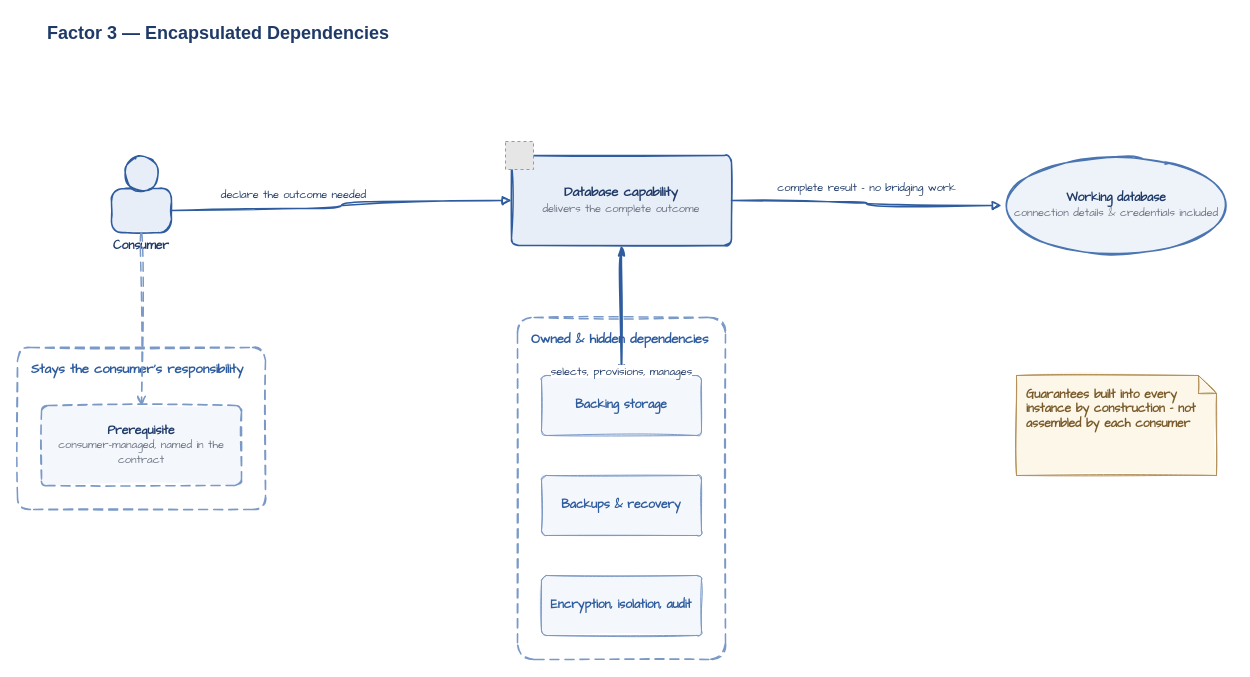
This is diagrams/factor-3-encapsulated-dependencies.drawio from missBerg/platform-capabilities, a draw.io file, before an edit. Source tidied: cells renumbered, new cells numbered last; positions are measured from the earlier drawing's top-left corner, leaving out a move shared by most shapes. Both pictures are drawn from the tidied source at 100%, with x=0, y=0 at pixel (17, 17). Pictures stored in the file or linked from it are replaced by grey dashed boxes.
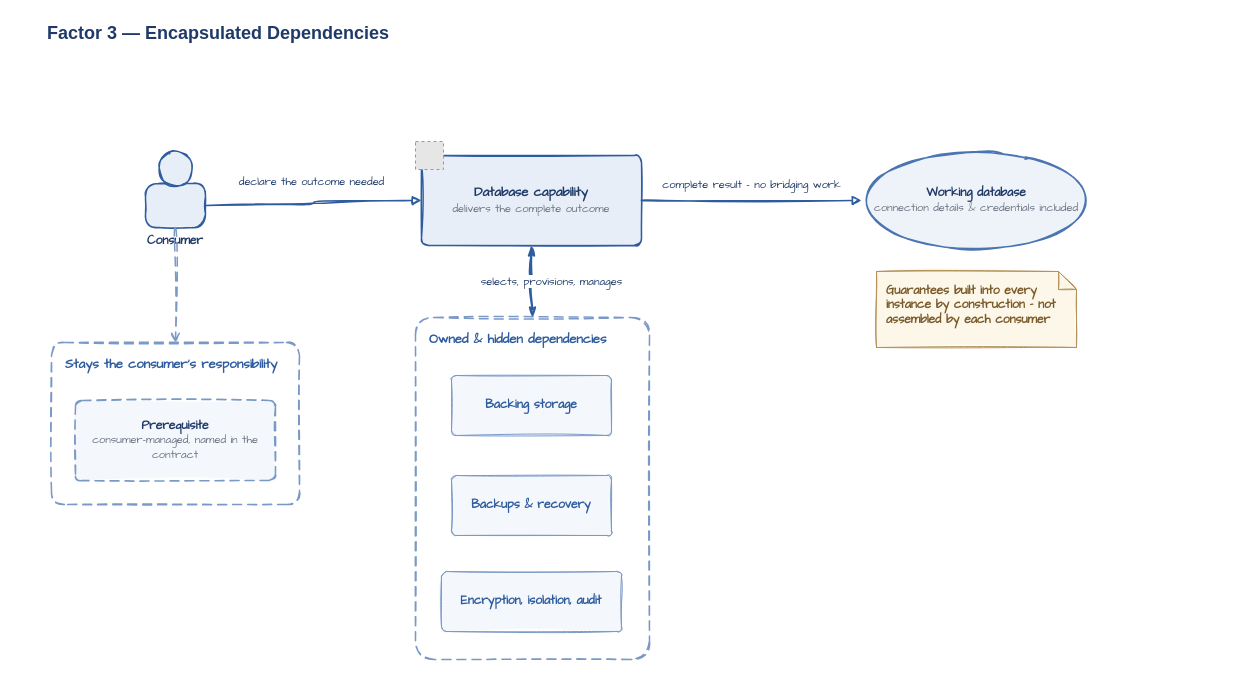
Above is the later version.

Diff of the diagram source:
```diff
@@
     <mxCell id="3" value="&lt;b&gt;Stays the consumer&amp;#x27;s responsibility&lt;/b&gt;" style="rounded=1;whiteSpace=wrap;html=1;arcSize=8;fillColor=none;strokeColor=#7A99C7;strokeWidth=1.5;fontColor=#2E5C9E;fontFamily=Comic Sans MS;fontSize=13;align=left;verticalAlign=top;dashed=1;dashPattern=6 4;spacingLeft=12;spacingTop=8;shadow=0;sketch=1;" parent="1" vertex="1">
-      <mxGeometry y="330" width="248" height="162" as="geometry" />
+      <mxGeometry x="34" y="325" width="248" height="162" as="geometry" />
     </mxCell>
     <mxCell id="4" value="&lt;b&gt;Owned &amp;amp; hidden dependencies&lt;/b&gt;" style="rounded=1;whiteSpace=wrap;html=1;arcSize=8;fillColor=none;strokeColor=#7A99C7;strokeWidth=1.5;fontColor=#2E5C9E;fontFamily=Comic Sans MS;fontSize=13;align=left;verticalAlign=top;dashed=1;dashPattern=6 4;spacingLeft=12;spacingTop=8;shadow=0;sketch=1;" parent="1" vertex="1">
-      <mxGeometry x="500" y="300" width="208" height="342" as="geometry" />
+      <mxGeometry x="398" y="300" width="234" height="342" as="geometry" />
     </mxCell>
     <mxCell id="5" value="&lt;b&gt;Consumer&lt;/b&gt;" style="rounded=1;whiteSpace=wrap;html=1;arcSize=30;fillColor=#E8EEF7;strokeColor=#2E5C9E;strokeWidth=1.5;fontColor=#1F3A68;fontFamily=Comic Sans MS;fontSize=12;verticalLabelPosition=bottom;verticalAlign=top;labelPosition=center;align=center;shadow=0;sketch=1;fillStyle=solid;" parent="1" vertex="1">
-      <mxGeometry x="94" y="171" width="60" height="44" as="geometry" />
+      <mxGeometry x="128" y="166" width="60" height="44" as="geometry" />
     </mxCell>
     <mxCell id="6" style="ellipse;whiteSpace=wrap;html=1;fillColor=#E8EEF7;strokeColor=#2E5C9E;strokeWidth=1.5;shadow=0;sketch=1;fillStyle=solid;" parent="1" vertex="1">
-      <mxGeometry x="106" y="138" width="36" height="36" as="geometry" />
+      <mxGeometry x="140" y="133" width="36" height="36" as="geometry" />
     </mxCell>
     <mxCell id="7" value="&lt;b&gt;Prerequisite&lt;/b&gt;&lt;br&gt;&lt;font style=&quot;font-size: 11px&quot; color=&quot;#6B7280&quot;&gt;consumer-managed, named in the contract&lt;/font&gt;" style="rounded=1;whiteSpace=wrap;html=1;arcSize=8;fillColor=#F4F7FC;strokeColor=#7A99C7;strokeWidth=1.5;dashed=1;dashPattern=6 4;fontColor=#1F3A68;fontFamily=Comic Sans MS;fontSize=12;align=center;verticalAlign=middle;shadow=0;sketch=1;fillStyle=solid;" parent="1" vertex="1">
-      <mxGeometry x="24" y="388" width="200" height="80" as="geometry" />
+      <mxGeometry x="58" y="383" width="200" height="80" as="geometry" />
     </mxCell>
     <mxCell id="8" value="&lt;b&gt;Database capability&lt;/b&gt;&lt;br&gt;&lt;font style=&quot;font-size: 11px&quot; color=&quot;#6B7280&quot;&gt;delivers the complete outcome&lt;/font&gt;" style="rounded=1;whiteSpace=wrap;html=1;arcSize=8;fillColor=#E8EEF7;strokeColor=#2E5C9E;strokeWidth=1.5;fontColor=#1F3A68;fontFamily=Comic Sans MS;fontSize=13;align=center;verticalAlign=middle;shadow=0;sketch=1;fillStyle=solid;" parent="1" vertex="1">
-      <mxGeometry x="494" y="138" width="220" height="90" as="geometry" />
+      <mxGeometry x="404" y="138" width="220" height="90" as="geometry" />
     </mxCell>
     <mxCell id="9" style="fillColor=#E6E6E6;strokeColor=#999999;dashed=1;verticalLabelPosition=bottom;verticalAlign=top;align=center;fontFamily=Comic Sans MS;fontSize=12;fontColor=#1F3A68;" parent="1" vertex="1">
-      <mxGeometry x="488" y="124" width="28" height="28" as="geometry" />
+      <mxGeometry x="398" y="124" width="28" height="28" as="geometry" />
     </mxCell>
     <mxCell id="10" value="&lt;b&gt;Backing storage&lt;/b&gt;" style="rounded=1;whiteSpace=wrap;html=1;arcSize=8;fillColor=#F4F7FC;strokeColor=#7A99C7;strokeWidth=1;fontColor=#2E5C9E;fontFamily=Comic Sans MS;fontSize=12;align=center;verticalAlign=middle;shadow=0;sketch=1;fillStyle=solid;" parent="1" vertex="1">
-      <mxGeometry x="524" y="358" width="160" height="60" as="geometry" />
+      <mxGeometry x="434" y="358" width="160" height="60" as="geometry" />
     </mxCell>
     <mxCell id="11" value="&lt;b&gt;Backups &amp;amp; recovery&lt;/b&gt;" style="rounded=1;whiteSpace=wrap;html=1;arcSize=8;fillColor=#F4F7FC;strokeColor=#7A99C7;strokeWidth=1;fontColor=#2E5C9E;fontFamily=Comic Sans MS;fontSize=12;align=center;verticalAlign=middle;shadow=0;sketch=1;fillStyle=solid;" parent="1" vertex="1">
-      <mxGeometry x="524" y="458" width="160" height="60" as="geometry" />
+      <mxGeometry x="434" y="458" width="160" height="60" as="geometry" />
     </mxCell>
     <mxCell id="12" value="&lt;b&gt;Encryption, isolation, audit&lt;/b&gt;" style="rounded=1;whiteSpace=wrap;html=1;arcSize=8;fillColor=#F4F7FC;strokeColor=#7A99C7;strokeWidth=1;fontColor=#2E5C9E;fontFamily=Comic Sans MS;fontSize=12;align=center;verticalAlign=middle;shadow=0;sketch=1;fillStyle=solid;" parent="1" vertex="1">
-      <mxGeometry x="524" y="558" width="160" height="60" as="geometry" />
+      <mxGeometry x="424" y="554" width="180" height="60" as="geometry" />
     </mxCell>
     <mxCell id="13" value="&lt;b&gt;Working database&lt;/b&gt;&lt;br&gt;&lt;font style=&quot;font-size: 11px&quot; color=&quot;#6B7280&quot;&gt;connection details &amp;amp; credentials included&lt;/font&gt;" style="ellipse;whiteSpace=wrap;html=1;fillColor=#EEF3F9;strokeColor=#4A75B1;strokeWidth=1.5;fontColor=#1F3A68;fontFamily=Comic Sans MS;fontSize=12;align=center;verticalAlign=middle;shadow=0;sketch=1;fillStyle=solid;" parent="1" vertex="1">
-      <mxGeometry x="984" y="138" width="230" height="100" as="geometry" />
+      <mxGeometry x="844" y="133" width="230" height="100" as="geometry" />
     </mxCell>
     <mxCell id="14" value="&lt;b&gt;Guarantees built into every instance by construction - not assembled by each consumer&lt;/b&gt;" style="shape=note;whiteSpace=wrap;html=1;backgroundOutline=1;fillColor=#FCF7E8;strokeColor=#B5915A;strokeWidth=1;fontColor=#7A5A2A;fontFamily=Comic Sans MS;fontSize=12;align=left;verticalAlign=top;spacingLeft=8;spacingTop=6;spacingRight=8;shadow=0;size=18;sketch=1;fillStyle=solid;" parent="1" vertex="1">
-      <mxGeometry x="999" y="358" width="200" height="100" as="geometry" />
+      <mxGeometry x="859" y="254" width="200" height="76" as="geometry" />
     </mxCell>
     <mxCell id="15" value="declare the outcome needed" style="edgeStyle=orthogonalEdgeStyle;endArrow=block;html=1;rounded=0;strokeColor=#2E5C9E;strokeWidth=1.5;fontColor=#1F3A68;fontFamily=Comic Sans MS;fontSize=11;endFill=1;sketch=1;sketch=1;curveFitting=1;jiggle=2;curved=1;" parent="1" edge="1" source="5" target="8">
-      <mxGeometry x="-0.3" relative="1" as="geometry">
-        <mxPoint y="-16" as="offset" />
+      <mxGeometry x="0.02" y="19" relative="1" as="geometry">
+        <mxPoint x="-2" as="offset" />
       </mxGeometry>
     </mxCell>
-    <mxCell id="16" style="edgeStyle=orthogonalEdgeStyle;endArrow=open;html=1;rounded=0;strokeColor=#7A99C7;strokeWidth=1.5;dashed=1;dashPattern=6 4;fontColor=#1F3A68;fontFamily=Comic Sans MS;fontSize=11;sketch=1;sketch=1;curveFitting=1;jiggle=2;curved=1;exitX=0.5;exitY=1;exitDx=0;exitDy=0;entryX=0.5;entryY=0;entryDx=0;entryDy=0;" parent="1" edge="1" source="5" target="7">
+    <mxCell id="16" style="edgeStyle=orthogonalEdgeStyle;endArrow=open;html=1;rounded=0;strokeColor=#7A99C7;strokeWidth=1.5;dashed=1;dashPattern=6 4;fontColor=#1F3A68;fontFamily=Comic Sans MS;fontSize=11;sketch=1;sketch=1;curveFitting=1;jiggle=2;curved=1;exitX=0.5;exitY=1;exitDx=0;exitDy=0;entryX=0.5;entryY=0;entryDx=0;entryDy=0;" parent="1" edge="1" source="5" target="3">
       <mxGeometry relative="1" as="geometry" />
     </mxCell>
-    <mxCell id="17" value="selects, provisions, manages" style="edgeStyle=orthogonalEdgeStyle;endArrow=classicThin;startArrow=classicThin;html=1;curved=1;rounded=0;strokeColor=#2E5C9E;strokeWidth=2;fontColor=#1F3A68;fontFamily=Comic Sans MS;fontSize=11;sketch=1;sketch=1;curveFitting=1;jiggle=2;curved=1;exitX=0.5;exitY=1;exitDx=0;exitDy=0;entryX=0.5;entryY=0;entryDx=0;entryDy=0;" parent="1" edge="1" source="8" target="10">
-      <mxGeometry x="0.6" relative="1" as="geometry">
-        <mxPoint y="22" as="offset" />
-      </mxGeometry>
+    <mxCell id="17" value="selects, provisions, manages" style="edgeStyle=orthogonalEdgeStyle;endArrow=classicThin;startArrow=classicThin;html=1;curved=1;rounded=0;strokeColor=#2E5C9E;strokeWidth=2;fontColor=#1F3A68;fontFamily=Comic Sans MS;fontSize=11;sketch=1;sketch=1;curveFitting=1;jiggle=2;curved=1;exitX=0.5;exitY=1;exitDx=0;exitDy=0;entryX=0.5;entryY=0;entryDx=0;entryDy=0;" parent="1" edge="1" source="8" target="4">
+      <mxGeometry x="0.01" y="19" relative="1" as="geometry" />
     </mxCell>
```
